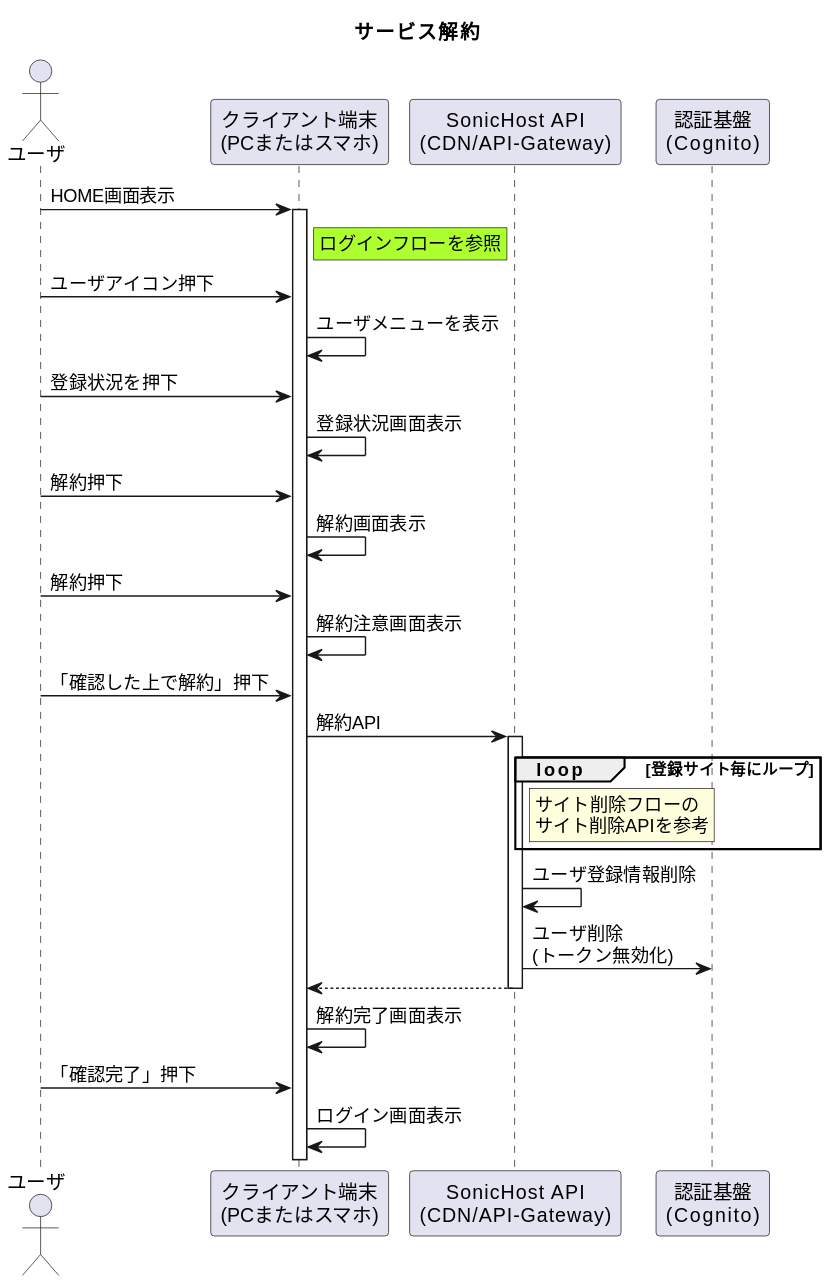
Earlier version of the PlantUML export 01_Sequences/01_UserRegistration/02_Cancellation_Flow/cancellationFlow.svg (Sonic-Host/documents).
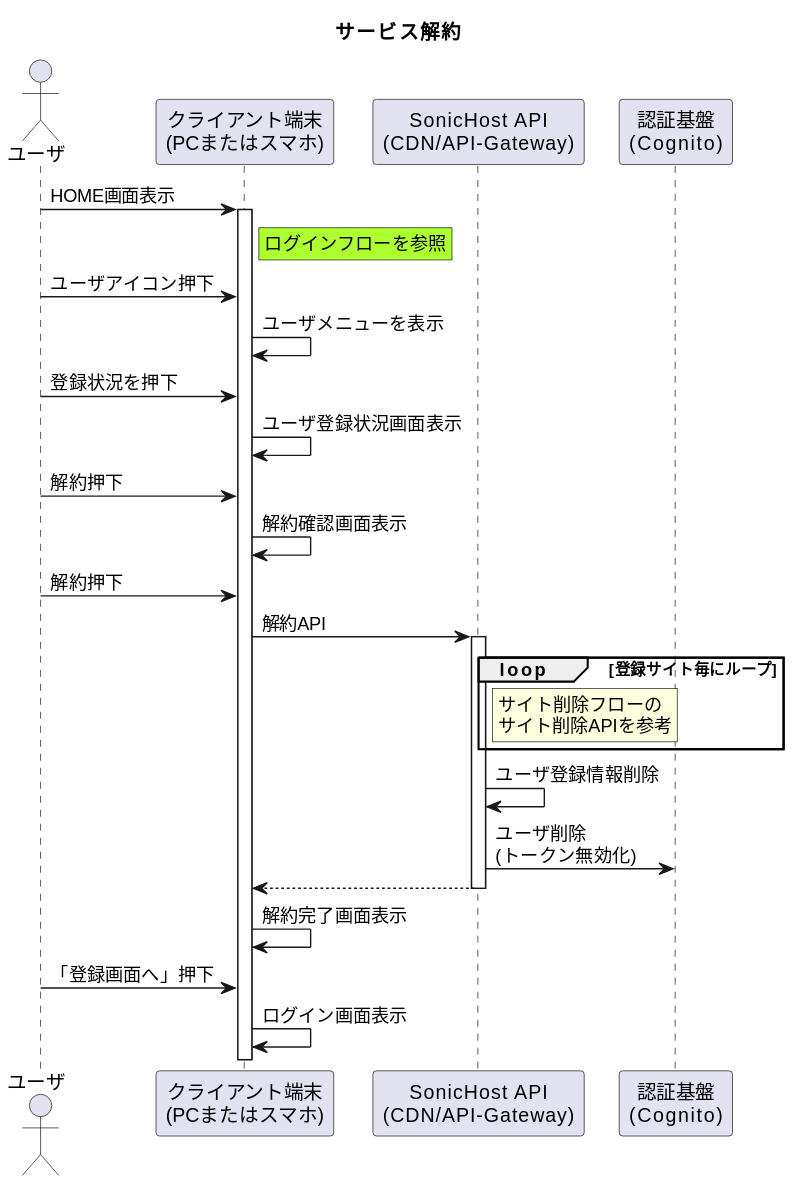
After the change.

Diff of the diagram source:
```diff
@@ -14,12 +14,10 @@
 user -> device : ユーザアイコン押下
 device -> device : ユーザメニューを表示
 user -> device : 登録状況を押下
-device -> device : 登録状況画面表示
+device -> device : ユーザ登録状況画面表示
 user -> device : 解約押下
-device -> device : 解約画面表示
+device -> device : 解約確認画面表示
 user -> device : 解約押下
-device -> device : 解約注意画面表示
-user -> device : 「確認した上で解約」押下
 device -> api ++ : 解約API
 loop 登録サイト毎にループ
     rnote right of api
@@ -31,6 +29,6 @@
 api -> cognito : ユーザ削除\n(トークン無効化)
 device <-- api --
 device -> device : 解約完了画面表示
-user -> device : 「確認完了」押下
+user -> device : 「登録画面へ」押下
 device -> device : ログイン画面表示
 @enduml
```
